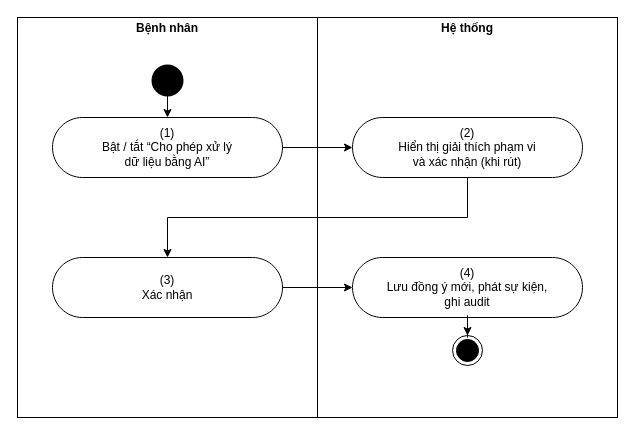
Before: page "UC 39 Manage data processing consent" (2 of 12) of docs/02-requirements/srs/dist/diagrams/10-activity-privacy-admin.drawio in viethung12062005/smart-hospital-platform, a draw.io diagram. Source tidied: cells renumbered, new cells numbered last; positions are measured from the earlier drawing's top-left corner, leaving out a move shared by most shapes. Both pictures are drawn from the tidied source at 100%, with x=0, y=0 at pixel (17, 17).
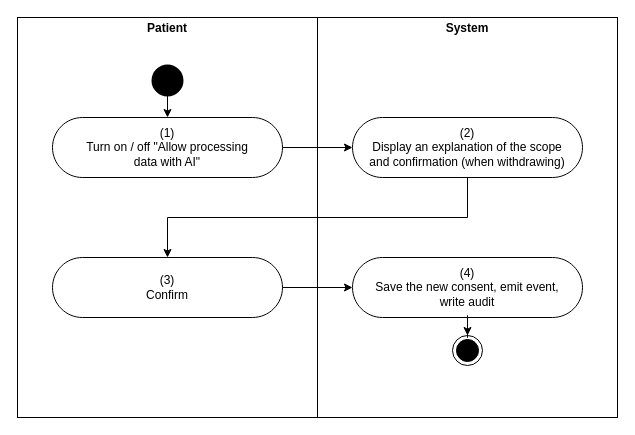
After the change.

Diff of the diagram source:
```diff
@@
 <mxGraphModel>
   <root>
     <mxCell id="0" />
     <mxCell id="1" parent="0" />
-    <mxCell id="2" value="&lt;p style=&quot;margin:0px;margin-top:4px;text-align:center&quot;&gt;&lt;b&gt;Bệnh nhân&lt;/b&gt;&lt;/p&gt;" style="verticalAlign=top;align=left;overflow=fill;fontSize=12;fontFamily=Helvetica;html=1;rounded=0;shadow=0;strokeColor=#000000;gradientColor=none;whiteSpace=wrap;" parent="1" vertex="1">
+    <mxCell id="2" value="&lt;p style=&quot;margin:0px;margin-top:4px;text-align:center&quot;&gt;&lt;b&gt;Patient&lt;/b&gt;&lt;/p&gt;" style="verticalAlign=top;align=left;overflow=fill;fontSize=12;fontFamily=Helvetica;html=1;rounded=0;shadow=0;strokeColor=#000000;gradientColor=none;whiteSpace=wrap;" parent="1" vertex="1">
       <mxGeometry width="300" height="400" as="geometry" />
     </mxCell>
-    <mxCell id="3" value="&lt;p style=&quot;margin:0px;margin-top:4px;text-align:center&quot;&gt;&lt;b&gt;Hệ thống&lt;/b&gt;&lt;/p&gt;" style="verticalAlign=top;align=left;overflow=fill;fontSize=12;fontFamily=Helvetica;html=1;rounded=0;shadow=0;strokeColor=#000000;gradientColor=none;whiteSpace=wrap;" parent="1" vertex="1">
+    <mxCell id="3" value="&lt;p style=&quot;margin:0px;margin-top:4px;text-align:center&quot;&gt;&lt;b&gt;System&lt;/b&gt;&lt;/p&gt;" style="verticalAlign=top;align=left;overflow=fill;fontSize=12;fontFamily=Helvetica;html=1;rounded=0;shadow=0;strokeColor=#000000;gradientColor=none;whiteSpace=wrap;" parent="1" vertex="1">
       <mxGeometry x="300" width="300" height="400" as="geometry" />
     </mxCell>
-    <mxCell id="4" value="(1)&lt;br&gt;Bật / tắt “Cho phép xử lý&lt;br&gt;dữ liệu bằng AI”" style="html=1;dashed=0;whitespace=wrap;shape=mxgraph.dfd.start;rounded=0;shadow=0;strokeColor=#000000;gradientColor=none;whiteSpace=wrap;fontSize=12;" parent="1" vertex="1">
+    <mxCell id="4" value="(1)&lt;br&gt;Turn on / off &amp;quot;Allow processing&lt;br&gt;data with AI&amp;quot;" style="html=1;dashed=0;whitespace=wrap;shape=mxgraph.dfd.start;rounded=0;shadow=0;strokeColor=#000000;gradientColor=none;whiteSpace=wrap;fontSize=12;" parent="1" vertex="1">
       <mxGeometry x="35" y="100" width="230" height="60" as="geometry" />
     </mxCell>
-    <mxCell id="5" value="(2)&lt;br&gt;Hiển thị giải thích phạm vi&lt;br&gt;và xác nhận (khi rút)" style="html=1;dashed=0;whitespace=wrap;shape=mxgraph.dfd.start;rounded=0;shadow=0;strokeColor=#000000;gradientColor=none;whiteSpace=wrap;fontSize=12;" parent="1" vertex="1">
+    <mxCell id="5" value="(2)&lt;br&gt;Display an explanation of the scope&lt;br&gt;and confirmation (when withdrawing)" style="html=1;dashed=0;whitespace=wrap;shape=mxgraph.dfd.start;rounded=0;shadow=0;strokeColor=#000000;gradientColor=none;whiteSpace=wrap;fontSize=12;" parent="1" vertex="1">
       <mxGeometry x="335" y="100" width="230" height="60" as="geometry" />
     </mxCell>
-    <mxCell id="6" value="(3)&lt;br&gt;Xác nhận" style="html=1;dashed=0;whitespace=wrap;shape=mxgraph.dfd.start;rounded=0;shadow=0;strokeColor=#000000;gradientColor=none;whiteSpace=wrap;fontSize=12;" parent="1" vertex="1">
+    <mxCell id="6" value="(3)&lt;br&gt;Confirm" style="html=1;dashed=0;whitespace=wrap;shape=mxgraph.dfd.start;rounded=0;shadow=0;strokeColor=#000000;gradientColor=none;whiteSpace=wrap;fontSize=12;" parent="1" vertex="1">
       <mxGeometry x="35" y="240" width="230" height="60" as="geometry" />
     </mxCell>
-    <mxCell id="7" value="(4)&lt;br&gt;Lưu đồng ý mới, phát sự kiện,&lt;br&gt;ghi audit" style="html=1;dashed=0;whitespace=wrap;shape=mxgraph.dfd.start;rounded=0;shadow=0;strokeColor=#000000;gradientColor=none;whiteSpace=wrap;fontSize=12;" parent="1" vertex="1">
+    <mxCell id="7" value="(4)&lt;br&gt;Save the new consent, emit event,&lt;br&gt;write audit" style="html=1;dashed=0;whitespace=wrap;shape=mxgraph.dfd.start;rounded=0;shadow=0;strokeColor=#000000;gradientColor=none;whiteSpace=wrap;fontSize=12;" parent="1" vertex="1">
       <mxGeometry x="335" y="240" width="230" height="60" as="geometry" />
     </mxCell>
     <mxCell id="8" style="strokeWidth=2;html=1;shape=mxgraph.flowchart.start_2;whiteSpace=wrap;rounded=0;shadow=0;gradientColor=none;fillColor=#000000;" parent="1" vertex="1">
       <mxGeometry x="135" y="48" width="30" height="30" as="geometry" />
     </mxCell>
     <mxCell id="9" style="edgeStyle=orthogonalEdgeStyle;rounded=0;jettySize=auto;html=1;" parent="1" edge="1" source="8" target="4">
       <mxGeometry relative="1" as="geometry" />
     </mxCell>
     <mxCell id="10" style="edgeStyle=orthogonalEdgeStyle;rounded=0;jettySize=auto;html=1;" parent="1" edge="1" source="4" target="5">
       <mxGeometry relative="1" as="geometry" />
     </mxCell>
     <mxCell id="11" style="edgeStyle=orthogonalEdgeStyle;rounded=0;jettySize=auto;html=1;exitX=0.5;exitY=1;exitDx=0;exitDy=0;entryX=0.5;entryY=0;entryDx=0;entryDy=0;" parent="1" edge="1" source="5" target="6">
       <mxGeometry relative="1" as="geometry" />
     </mxCell>
     <mxCell id="12" style="edgeStyle=orthogonalEdgeStyle;rounded=0;jettySize=auto;html=1;" parent="1" edge="1" source="6" target="7">
       <mxGeometry relative="1" as="geometry" />
     </mxCell>
     <mxCell id="13" style="ellipse;html=1;shape=endState;fillColor=#000000;rounded=0;shadow=0;whiteSpace=wrap;" parent="1" vertex="1">
       <mxGeometry x="435" y="318" width="30" height="30" as="geometry" />
     </mxCell>
     <mxCell id="14" style="edgeStyle=orthogonalEdgeStyle;rounded=0;jettySize=auto;html=1;" parent="1" edge="1" source="7" target="13">
       <mxGeometry relative="1" as="geometry" />
     </mxCell>
   </root>
 </mxGraphModel>
```
